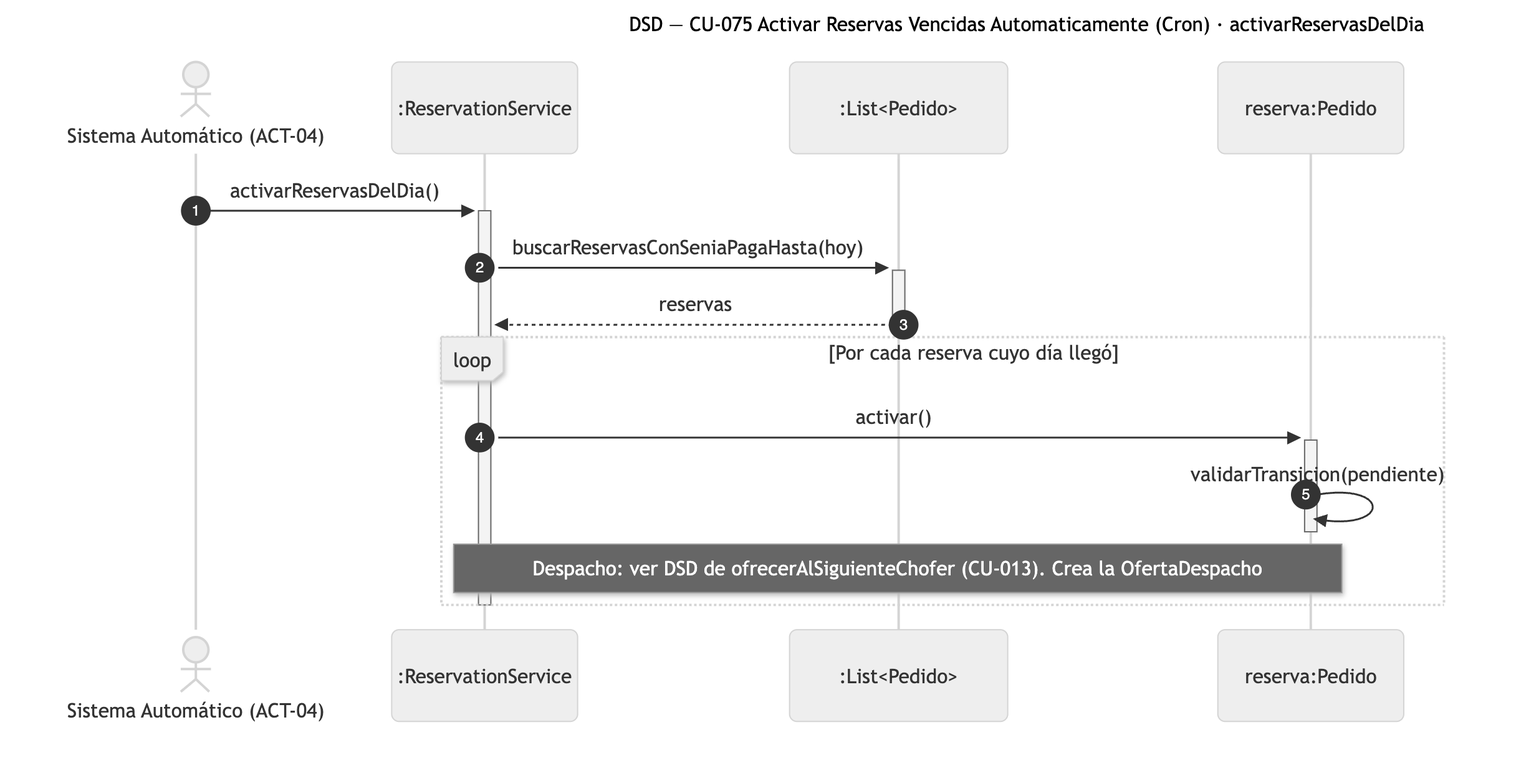
The Mermaid diagram diagramas/png/DSD_CU-075_activarReservasDelDia.png in Nahuelito-Dev/splg-docs, before a commit. Its source is kept beside it as diagramas/DSD_CU-075_activarReservasDelDia.mmd.
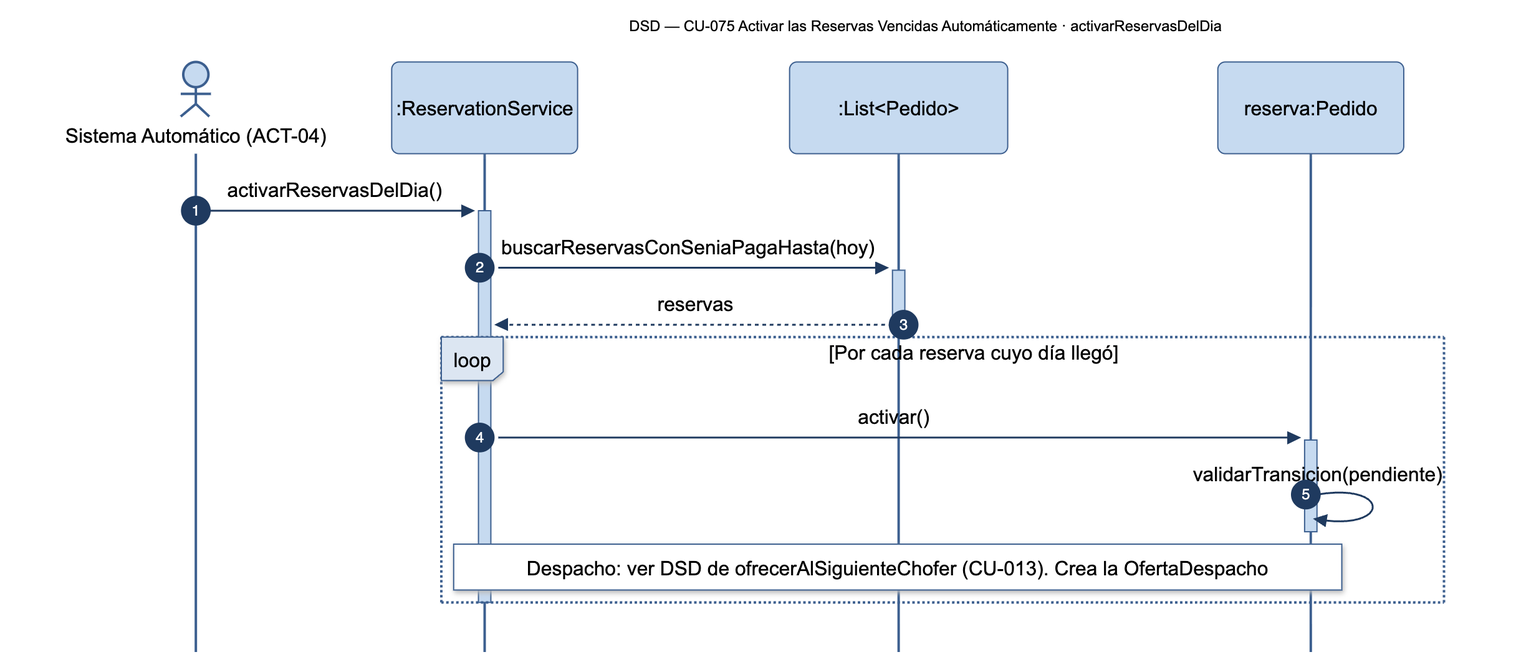
The same diagram one commit later.

Diff of the diagram source:
```diff
@@ -1,5 +1,5 @@
 sequenceDiagram
-    title DSD — CU-075 Activar Reservas Vencidas Automaticamente (Cron) · activarReservasDelDia
+    title DSD — CU-075 Activar las Reservas Vencidas Automáticamente · activarReservasDelDia
     autonumber
     actor SIS as Sistema Automático (ACT-04)
     participant SRV as :ReservationService
```
